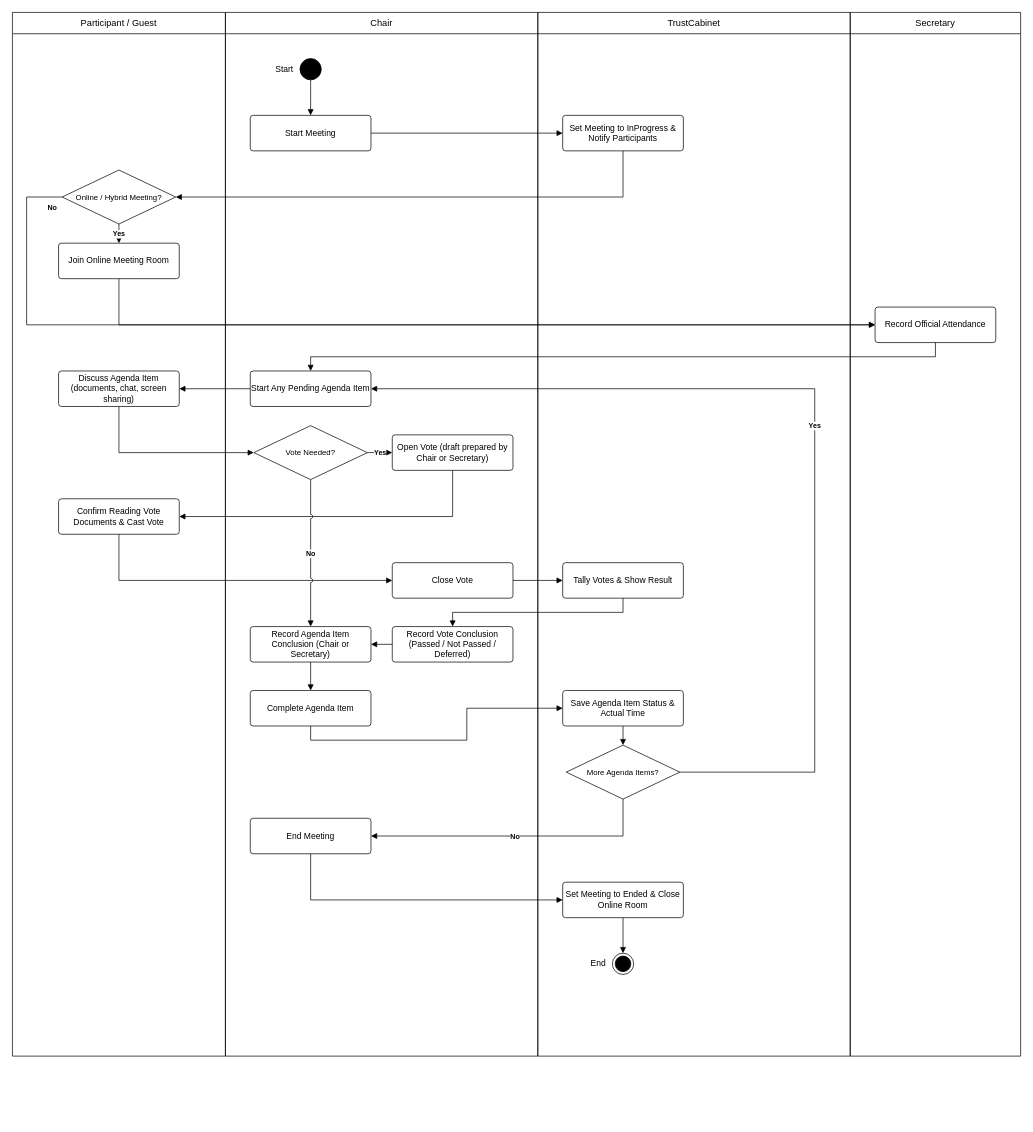
Before: docs/09-bussinessflow/BF-03_Meeting_Execution_Decision_Making.drawio in callmehai/FU-FA26-G116, a draw.io diagram. Source tidied: cells renumbered, new cells numbered last; positions are measured from the earlier drawing's top-left corner, leaving out a move shared by most shapes. Both pictures are drawn from the tidied source at 71%, with x=0, y=0 at pixel (12, 12).
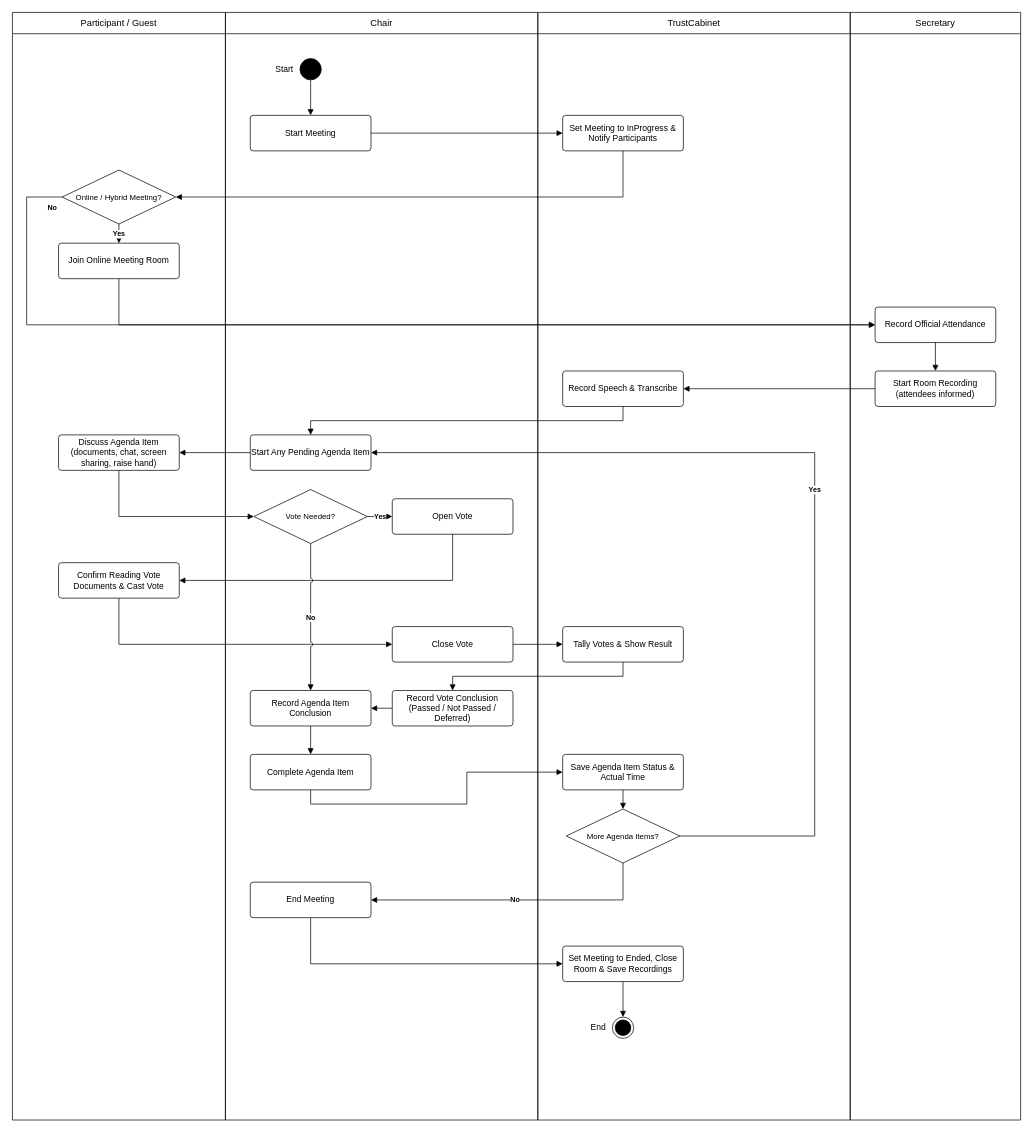
The same diagram, later.

Unchanged cells that the change refers to:
```xml
<mxCell id="25" value="Record Official Attendance" style="rounded=1;arcSize=8;html=1;whiteSpace=wrap;fillColor=#ffffff;strokeColor=#000000;fontColor=#000000;fontSize=12;" parent="24" vertex="1">
  <mxGeometry x="35" y="415" width="170" height="50" as="geometry" />
</mxCell>
```

The edit, as a diff of the source:
```diff
@@
     <mxCell id="2" value="Participant / Guest" style="swimlane;html=1;startSize=30;horizontal=1;fillColor=none;strokeColor=#000000;fontColor=#000000;fontStyle=0;fontSize=13;whiteSpace=wrap;" parent="1" vertex="1">
-      <mxGeometry width="300" height="1470" as="geometry" />
+      <mxGeometry width="300" height="1560" as="geometry" />
     </mxCell>
@@
-    <mxCell id="5" value="Discuss Agenda Item (documents, chat, screen sharing)" style="rounded=1;arcSize=8;html=1;whiteSpace=wrap;fillColor=#ffffff;strokeColor=#000000;fontColor=#000000;fontSize=12;" parent="2" vertex="1">
-      <mxGeometry x="65" y="505" width="170" height="50" as="geometry" />
+    <mxCell id="5" value="Discuss Agenda Item (documents, chat, screen sharing, raise hand)" style="rounded=1;arcSize=8;html=1;whiteSpace=wrap;fillColor=#ffffff;strokeColor=#000000;fontColor=#000000;fontSize=12;" parent="2" vertex="1">
+      <mxGeometry x="65" y="595" width="170" height="50" as="geometry" />
     </mxCell>
     <mxCell id="6" value="Confirm Reading Vote Documents &amp; Cast Vote" style="rounded=1;arcSize=8;html=1;whiteSpace=wrap;fillColor=#ffffff;strokeColor=#000000;fontColor=#000000;fontSize=12;" parent="2" vertex="1">
-      <mxGeometry x="65" y="685" width="170" height="50" as="geometry" />
+      <mxGeometry x="65" y="775" width="170" height="50" as="geometry" />
     </mxCell>
     <mxCell id="7" value="Chair" style="swimlane;html=1;startSize=30;horizontal=1;fillColor=none;strokeColor=#000000;fontColor=#000000;fontStyle=0;fontSize=13;whiteSpace=wrap;" parent="1" vertex="1">
-      <mxGeometry x="300" width="440" height="1470" as="geometry" />
+      <mxGeometry x="300" width="440" height="1560" as="geometry" />
     </mxCell>
@@
     <mxCell id="10" value="Start Any Pending Agenda Item" style="rounded=1;arcSize=8;html=1;whiteSpace=wrap;fillColor=#ffffff;strokeColor=#000000;fontColor=#000000;fontSize=12;" parent="7" vertex="1">
-      <mxGeometry x="35" y="505" width="170" height="50" as="geometry" />
+      <mxGeometry x="35" y="595" width="170" height="50" as="geometry" />
     </mxCell>
     <mxCell id="11" value="Vote Needed?" style="rhombus;spacingLeft=16;spacingRight=16;html=1;whiteSpace=wrap;fillColor=#ffffff;strokeColor=#000000;fontColor=#000000;fontSize=11;" parent="7" vertex="1">
-      <mxGeometry x="40" y="582" width="160" height="76" as="geometry" />
+      <mxGeometry x="40" y="672" width="160" height="76" as="geometry" />
     </mxCell>
-    <mxCell id="12" value="Open Vote (draft prepared by Chair or Secretary)" style="rounded=1;arcSize=8;html=1;whiteSpace=wrap;fillColor=#ffffff;strokeColor=#000000;fontColor=#000000;fontSize=12;" parent="7" vertex="1">
-      <mxGeometry x="235" y="595" width="170" height="50" as="geometry" />
+    <mxCell id="12" value="Open Vote" style="rounded=1;arcSize=8;html=1;whiteSpace=wrap;fillColor=#ffffff;strokeColor=#000000;fontColor=#000000;fontSize=12;" parent="7" vertex="1">
+      <mxGeometry x="235" y="685" width="170" height="50" as="geometry" />
     </mxCell>
     <mxCell id="13" value="Close Vote" style="rounded=1;arcSize=8;html=1;whiteSpace=wrap;fillColor=#ffffff;strokeColor=#000000;fontColor=#000000;fontSize=12;" parent="7" vertex="1">
-      <mxGeometry x="235" y="775" width="170" height="50" as="geometry" />
+      <mxGeometry x="235" y="865" width="170" height="50" as="geometry" />
     </mxCell>
     <mxCell id="14" value="Record Vote Conclusion (Passed / Not Passed / Deferred)" style="rounded=1;arcSize=8;html=1;whiteSpace=wrap;fillColor=#ffffff;strokeColor=#000000;fontColor=#000000;fontSize=12;" parent="7" vertex="1">
-      <mxGeometry x="235" y="865" width="170" height="50" as="geometry" />
+      <mxGeometry x="235" y="955" width="170" height="50" as="geometry" />
     </mxCell>
     <mxCell id="15" value="Complete Agenda Item" style="rounded=1;arcSize=8;html=1;whiteSpace=wrap;fillColor=#ffffff;strokeColor=#000000;fontColor=#000000;fontSize=12;" parent="7" vertex="1">
-      <mxGeometry x="35" y="955" width="170" height="50" as="geometry" />
+      <mxGeometry x="35" y="1045" width="170" height="50" as="geometry" />
     </mxCell>
     <mxCell id="16" value="End Meeting" style="rounded=1;arcSize=8;html=1;whiteSpace=wrap;fillColor=#ffffff;strokeColor=#000000;fontColor=#000000;fontSize=12;" parent="7" vertex="1">
-      <mxGeometry x="35" y="1135" width="170" height="50" as="geometry" />
+      <mxGeometry x="35" y="1225" width="170" height="50" as="geometry" />
     </mxCell>
+    <mxCell id="48" value="Record Agenda Item Conclusion" style="rounded=1;arcSize=8;html=1;whiteSpace=wrap;fillColor=#ffffff;strokeColor=#000000;fontColor=#000000;fontSize=12;" parent="7" vertex="1">
+      <mxGeometry x="35" y="955" width="170" height="50" as="geometry" />
+    </mxCell>
     <mxCell id="17" value="TrustCabinet" style="swimlane;html=1;startSize=30;horizontal=1;fillColor=none;strokeColor=#000000;fontColor=#000000;fontStyle=0;fontSize=13;whiteSpace=wrap;" parent="1" vertex="1">
-      <mxGeometry x="740" width="440" height="1470" as="geometry" />
+      <mxGeometry x="740" width="440" height="1560" as="geometry" />
     </mxCell>
@@
     <mxCell id="19" value="Tally Votes &amp; Show Result" style="rounded=1;arcSize=8;html=1;whiteSpace=wrap;fillColor=#ffffff;strokeColor=#000000;fontColor=#000000;fontSize=12;" parent="17" vertex="1">
-      <mxGeometry x="35" y="775" width="170" height="50" as="geometry" />
+      <mxGeometry x="35" y="865" width="170" height="50" as="geometry" />
     </mxCell>
     <mxCell id="20" value="Save Agenda Item Status &amp; Actual Time" style="rounded=1;arcSize=8;html=1;whiteSpace=wrap;fillColor=#ffffff;strokeColor=#000000;fontColor=#000000;fontSize=12;" parent="17" vertex="1">
-      <mxGeometry x="35" y="955" width="170" height="50" as="geometry" />
+      <mxGeometry x="35" y="1045" width="170" height="50" as="geometry" />
     </mxCell>
     <mxCell id="21" value="More Agenda Items?" style="rhombus;spacingLeft=16;spacingRight=16;html=1;whiteSpace=wrap;fillColor=#ffffff;strokeColor=#000000;fontColor=#000000;fontSize=11;" parent="17" vertex="1">
-      <mxGeometry x="40" y="1032" width="160" height="76" as="geometry" />
+      <mxGeometry x="40" y="1122" width="160" height="76" as="geometry" />
     </mxCell>
-    <mxCell id="22" value="Set Meeting to Ended &amp; Close Online Room" style="rounded=1;arcSize=8;html=1;whiteSpace=wrap;fillColor=#ffffff;strokeColor=#000000;fontColor=#000000;fontSize=12;" parent="17" vertex="1">
-      <mxGeometry x="35" y="1225" width="170" height="50" as="geometry" />
+    <mxCell id="22" value="Set Meeting to Ended, Close Room &amp; Save Recordings" style="rounded=1;arcSize=8;html=1;whiteSpace=wrap;fillColor=#ffffff;strokeColor=#000000;fontColor=#000000;fontSize=12;" parent="17" vertex="1">
+      <mxGeometry x="35" y="1315" width="170" height="50" as="geometry" />
     </mxCell>
     <mxCell id="23" value="End" style="ellipse;shape=endState;html=1;fillColor=#000000;strokeColor=#000000;fontColor=#000000;fontSize=12;labelPosition=left;verticalLabelPosition=middle;align=right;verticalAlign=middle;spacingRight=8;" parent="17" vertex="1">
-      <mxGeometry x="105" y="1325" width="30" height="30" as="geometry" />
+      <mxGeometry x="105" y="1415" width="30" height="30" as="geometry" />
     </mxCell>
+    <mxCell id="50" value="Record Speech &amp; Transcribe" style="rounded=1;arcSize=8;html=1;whiteSpace=wrap;fillColor=#ffffff;strokeColor=#000000;fontColor=#000000;fontSize=12;" parent="17" vertex="1">
+      <mxGeometry x="35" y="505" width="170" height="50" as="geometry" />
+    </mxCell>
     <mxCell id="24" value="Secretary" style="swimlane;html=1;startSize=30;horizontal=1;fillColor=none;strokeColor=#000000;fontColor=#000000;fontStyle=0;fontSize=13;whiteSpace=wrap;" parent="1" vertex="1">
-      <mxGeometry x="1180" width="240" height="1470" as="geometry" />
+      <mxGeometry x="1180" width="240" height="1560" as="geometry" />
     </mxCell>
@@
+    <mxCell id="51" value="Start Room Recording (attendees informed)" style="rounded=1;arcSize=8;html=1;whiteSpace=wrap;fillColor=#ffffff;strokeColor=#000000;fontColor=#000000;fontSize=12;" parent="24" vertex="1">
+      <mxGeometry x="35" y="505" width="170" height="50" as="geometry" />
+    </mxCell>
@@
-    <mxCell id="32" style="edgeStyle=orthogonalEdgeStyle;rounded=0;jettySize=auto;html=1;endArrow=block;endFill=1;strokeColor=#000000;fontColor=#000000;fontSize=10;fontStyle=1;labelBackgroundColor=#ffffff;jumpStyle=arc;jumpSize=6;exitX=0.5;exitY=1;exitDx=0;exitDy=0;entryX=0.5;entryY=0;entryDx=0;entryDy=0;" parent="1" edge="1" source="25" target="10">
-      <mxGeometry relative="1" as="geometry">
-        <Array as="points">
-          <mxPoint x="1300" y="485" />
-          <mxPoint x="420" y="485" />
-        </Array>
-      </mxGeometry>
+    <mxCell id="32" style="edgeStyle=orthogonalEdgeStyle;rounded=0;jettySize=auto;html=1;endArrow=block;endFill=1;strokeColor=#000000;fontColor=#000000;fontSize=10;fontStyle=1;labelBackgroundColor=#ffffff;jumpStyle=arc;jumpSize=6;exitX=0.5;exitY=1;exitDx=0;exitDy=0;entryX=0.5;entryY=0;entryDx=0;entryDy=0;" parent="1" edge="1" source="25" target="51">
+      <mxGeometry relative="1" as="geometry" />
     </mxCell>
@@
     <mxCell id="44" value="Yes" style="edgeStyle=orthogonalEdgeStyle;rounded=0;jettySize=auto;html=1;endArrow=block;endFill=1;strokeColor=#000000;fontColor=#000000;fontSize=10;fontStyle=1;labelBackgroundColor=#ffffff;jumpStyle=arc;jumpSize=6;exitX=1;exitY=0.5;exitDx=0;exitDy=0;entryX=1;entryY=0.5;entryDx=0;entryDy=0;" parent="1" edge="1" source="21" target="10">
       <mxGeometry relative="1" as="geometry">
         <Array as="points">
-          <mxPoint x="1130" y="1070" />
-          <mxPoint x="1130" y="530" />
+          <mxPoint x="1130" y="1160" />
+          <mxPoint x="1130" y="620" />
         </Array>
       </mxGeometry>
     </mxCell>
@@
-    <mxCell id="48" value="Record Agenda Item Conclusion (Chair or Secretary)" style="rounded=1;arcSize=8;html=1;whiteSpace=wrap;fillColor=#ffffff;strokeColor=#000000;fontColor=#000000;fontSize=12;" parent="7" vertex="1">
-      <mxGeometry x="35" y="865" width="170" height="50" as="geometry" />
-    </mxCell>
@@
+    <mxCell id="52" style="edgeStyle=orthogonalEdgeStyle;rounded=0;jettySize=auto;html=1;endArrow=block;endFill=1;strokeColor=#000000;fontColor=#000000;fontSize=10;fontStyle=1;labelBackgroundColor=#ffffff;jumpStyle=arc;jumpSize=6;exitX=0;exitY=0.5;exitDx=0;exitDy=0;entryX=1;entryY=0.5;entryDx=0;entryDy=0;" parent="1" edge="1" source="51" target="50">
+      <mxGeometry relative="1" as="geometry" />
+    </mxCell>
+    <mxCell id="53" style="edgeStyle=orthogonalEdgeStyle;rounded=0;jettySize=auto;html=1;endArrow=block;endFill=1;strokeColor=#000000;fontColor=#000000;fontSize=10;fontStyle=1;labelBackgroundColor=#ffffff;jumpStyle=arc;jumpSize=6;exitX=0.5;exitY=1;exitDx=0;exitDy=0;entryX=0.5;entryY=0;entryDx=0;entryDy=0;" parent="1" edge="1" source="50" target="10">
+      <mxGeometry relative="1" as="geometry">
+        <Array as="points">
+          <mxPoint x="860" y="575" />
+          <mxPoint x="420" y="575" />
+        </Array>
+      </mxGeometry>
+    </mxCell>
```
